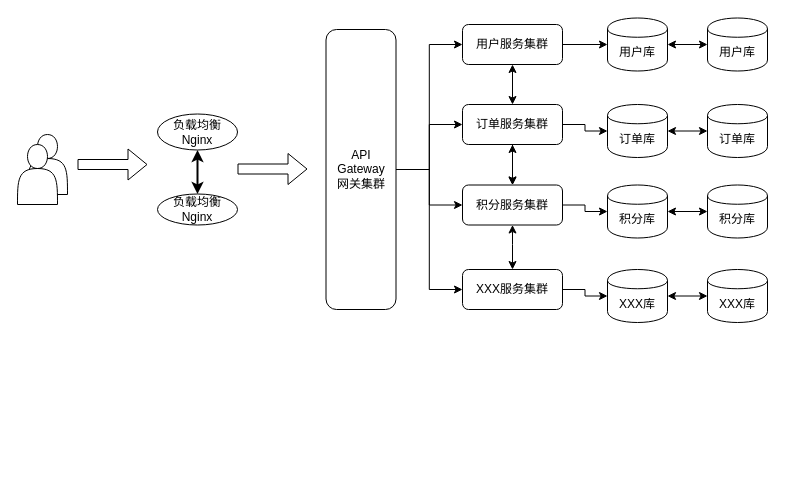
Above: page "微服务" (2 of 2) of 未命名表单.drawio in hebzhjg/ntl2020 (draw.io), before the change. Source tidied: cells renumbered, new cells numbered last; positions are measured from the earlier drawing's top-left corner, leaving out a move shared by most shapes. Both pictures are drawn from the tidied source at 100%, with x=0, y=0 at pixel (17, 18).
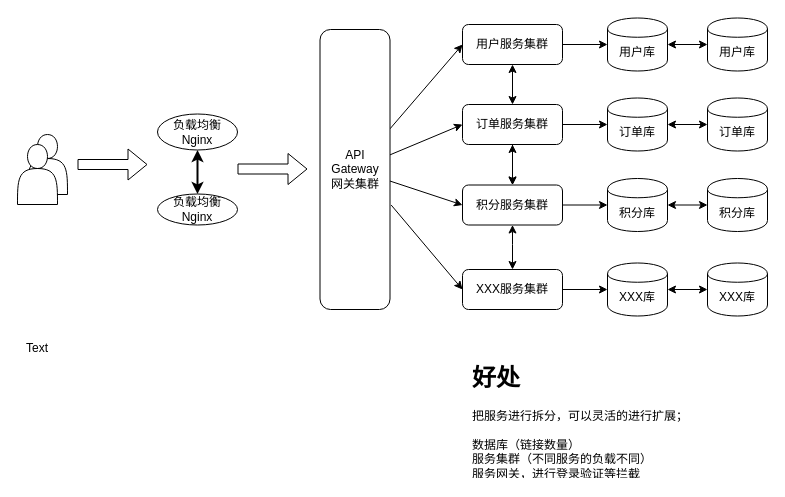
The same page after the edit.

Commit message:
添加了注释，调整对齐

Unchanged cells that the change refers to:
```xml
<mxCell id="18" value="用户服务集群" style="rounded=1;whiteSpace=wrap;html=1;" parent="1" vertex="1">
  <mxGeometry x="445" y="6" width="100" height="40" as="geometry" />
</mxCell>
<mxCell id="22" value="订单服务集群" style="rounded=1;whiteSpace=wrap;html=1;" parent="1" vertex="1">
  <mxGeometry x="445" y="86" width="100" height="40" as="geometry" />
</mxCell>
<mxCell id="25" value="积分服务集群" style="rounded=1;whiteSpace=wrap;html=1;" parent="1" vertex="1">
  <mxGeometry x="445" y="166.5" width="100" height="40" as="geometry" />
</mxCell>
<mxCell id="27" value="XXX服务集群" style="rounded=1;whiteSpace=wrap;html=1;" parent="1" vertex="1">
  <mxGeometry x="445" y="251" width="100" height="40" as="geometry" />
</mxCell>
```

What changed in the source:
```diff
@@
-    <mxCell id="11" style="edgeStyle=orthogonalEdgeStyle;rounded=0;jettySize=auto;html=1;startArrow=none;startFill=0;strokeWidth=1;" parent="1" edge="1" source="15" target="18">
+    <mxCell id="11" style="rounded=0;jettySize=auto;html=1;startArrow=none;startFill=0;strokeWidth=1;entryX=0;entryY=0.5;entryDx=0;entryDy=0;" parent="1" edge="1" source="15" target="18">
       <mxGeometry relative="1" as="geometry" />
     </mxCell>
-    <mxCell id="12" style="edgeStyle=orthogonalEdgeStyle;rounded=0;jettySize=auto;html=1;exitX=1;exitY=0.5;exitDx=0;exitDy=0;startArrow=none;startFill=0;strokeWidth=1;" parent="1" edge="1" source="15" target="27">
+    <mxCell id="12" style="rounded=0;jettySize=auto;html=1;exitX=1.017;exitY=0.627;exitDx=0;exitDy=0;startArrow=none;startFill=0;strokeWidth=1;entryX=0;entryY=0.5;entryDx=0;entryDy=0;exitPerimeter=0;" parent="1" edge="1" source="15" target="27">
       <mxGeometry relative="1" as="geometry" />
     </mxCell>
-    <mxCell id="13" style="edgeStyle=orthogonalEdgeStyle;rounded=0;jettySize=auto;html=1;startArrow=none;startFill=0;strokeWidth=1;" parent="1" edge="1" source="15" target="25">
+    <mxCell id="13" style="rounded=0;jettySize=auto;html=1;startArrow=none;startFill=0;strokeWidth=1;entryX=0;entryY=0.5;entryDx=0;entryDy=0;" parent="1" edge="1" source="15" target="25">
       <mxGeometry relative="1" as="geometry" />
     </mxCell>
-    <mxCell id="14" style="edgeStyle=orthogonalEdgeStyle;rounded=0;jettySize=auto;html=1;startArrow=none;startFill=0;strokeWidth=1;" parent="1" edge="1" source="15" target="22">
+    <mxCell id="14" style="rounded=0;jettySize=auto;html=1;startArrow=none;startFill=0;strokeWidth=1;entryX=0;entryY=0.5;entryDx=0;entryDy=0;" parent="1" edge="1" source="15" target="22">
       <mxGeometry relative="1" as="geometry" />
     </mxCell>
     <mxCell id="15" value="API&lt;br&gt;Gateway&lt;br&gt;网关集群" style="rounded=1;whiteSpace=wrap;html=1;" parent="1" vertex="1">
-      <mxGeometry x="308.5" y="11" width="70" height="280" as="geometry" />
+      <mxGeometry x="302.5" y="11" width="70" height="280" as="geometry" />
     </mxCell>
@@
     <mxCell id="32" style="group;" parent="1" vertex="1">
-      <mxGeometry x="590" y="86" width="160" height="53" as="geometry" />
+      <mxGeometry x="590" y="79.5" width="160" height="53" as="geometry" />
     </mxCell>
@@
     <mxCell id="36" style="group;" parent="1" vertex="1">
-      <mxGeometry x="590" y="166.5" width="160" height="53" as="geometry" />
+      <mxGeometry x="590" y="160" width="160" height="53" as="geometry" />
     </mxCell>
@@
     <mxCell id="40" style="group;" parent="1" vertex="1">
-      <mxGeometry x="590" y="251" width="160" height="53" as="geometry" />
+      <mxGeometry x="590" y="244.5" width="160" height="53" as="geometry" />
     </mxCell>
@@
+    <mxCell id="44" value="Text" style="text;html=1;strokeColor=none;fillColor=none;align=center;verticalAlign=middle;whiteSpace=wrap;rounded=0;" parent="1" vertex="1">
+      <mxGeometry y="319.5" width="40" height="20" as="geometry" />
+    </mxCell>
+    <mxCell id="45" value="&lt;h1&gt;好处&lt;/h1&gt;&lt;div&gt;把服务进行拆分，可以灵活的进行扩展；&lt;/div&gt;&lt;div&gt;&lt;br&gt;&lt;/div&gt;&lt;div&gt;数据库（链接数量）&lt;/div&gt;&lt;div&gt;服务集群（不同服务的负载不同）&lt;/div&gt;&lt;div&gt;服务网关，进行登录验证等拦截&lt;/div&gt;&lt;div&gt;&lt;br&gt;&lt;/div&gt;" style="text;html=1;strokeColor=none;fillColor=none;spacing=5;spacingTop=-20;whiteSpace=wrap;overflow=hidden;rounded=0;" parent="1" vertex="1">
+      <mxGeometry x="450" y="339.5" width="260" height="120" as="geometry" />
+    </mxCell>
```
